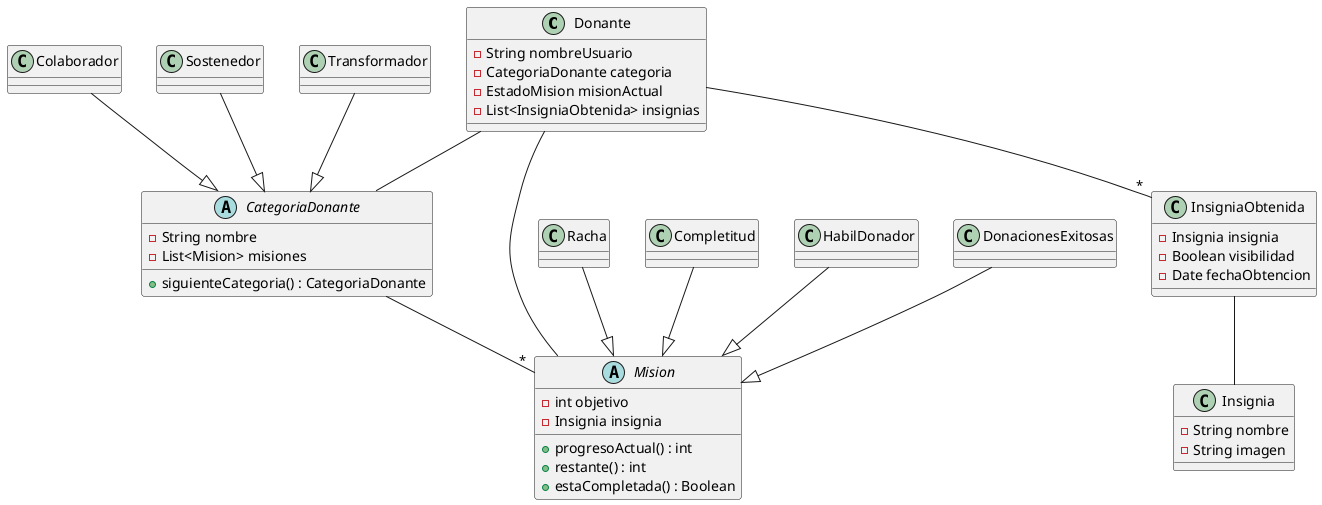
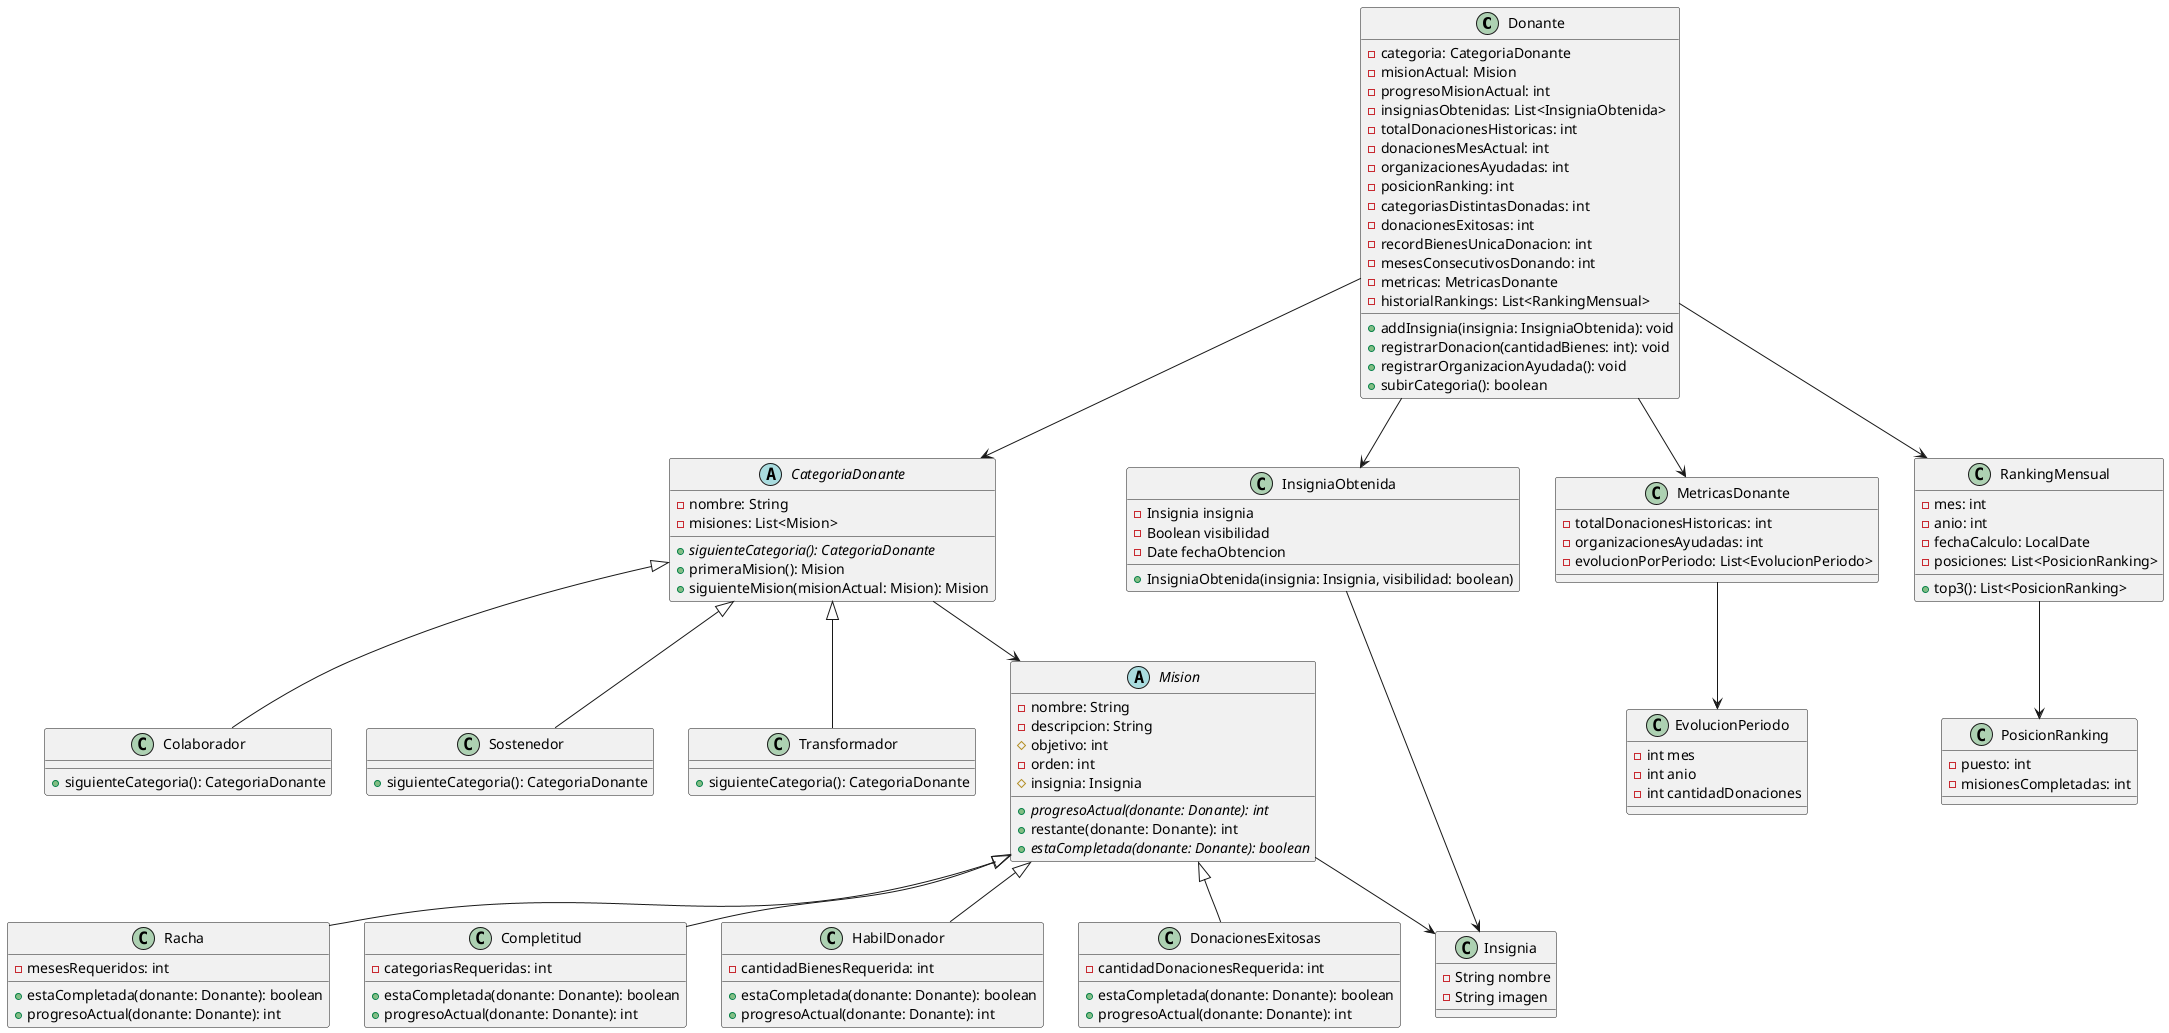
@startuml diagramaClasesIncentivosModel

class Donante {
-     - String nombreUsuario
-     - CategoriaDonante categoria
-     - EstadoMision misionActual
-     - List<InsigniaObtenida> insignias
+     - categoria: CategoriaDonante
+     - misionActual: Mision
+     - progresoMisionActual: int
+     - insigniasObtenidas: List<InsigniaObtenida>
+     - totalDonacionesHistoricas: int
+     - donacionesMesActual: int
+     - organizacionesAyudadas: int
+     - posicionRanking: int
+     - categoriasDistintasDonadas: int
+     - donacionesExitosas: int
+     - recordBienesUnicaDonacion: int
+     - mesesConsecutivosDonando: int
+     - metricas: MetricasDonante
+     - historialRankings: List<RankingMensual>
+     + addInsignia(insignia: InsigniaObtenida): void
+     + registrarDonacion(cantidadBienes: int): void
+     + registrarOrganizacionAyudada(): void
+     + subirCategoria(): boolean
}

+ 
abstract class CategoriaDonante {
-     - String nombre
-     - List<Mision> misiones
+     - nombre: String
+     - misiones: List<Mision>

-     + siguienteCategoria() : CategoriaDonante
+     + siguienteCategoria(): CategoriaDonante {abstract}
+     + primeraMision(): Mision
+     + siguienteMision(misionActual: Mision): Mision
}

- class Colaborador {
- 
+ class Colaborador extends CategoriaDonante {
+     + siguienteCategoria(): CategoriaDonante
}

- class Sostenedor {
- 
+ class Sostenedor extends CategoriaDonante{
+     + siguienteCategoria(): CategoriaDonante
}

- class Transformador {
- 
+ class Transformador extends CategoriaDonante{
+     + siguienteCategoria(): CategoriaDonante
}

abstract class Mision {
-     - int objetivo
-     - Insignia insignia
+     - nombre: String
+     - descripcion: String
+     # objetivo: int
+     - orden: int
+     # insignia: Insignia

-     + progresoActual() : int
-     + restante() : int
-     + estaCompletada() : Boolean
- 
+     + progresoActual(donante: Donante): int {abstract}
+     + restante(donante: Donante): int
+     + estaCompletada(donante: Donante): boolean {abstract}
}

- class Racha {
- 
+ class Racha extends Mision {
+     - mesesRequeridos: int
+     + estaCompletada(donante: Donante): boolean
+     + progresoActual(donante: Donante): int
}

- class Completitud {
- 
+ class Completitud extends Mision {
+     - categoriasRequeridas: int
+     + estaCompletada(donante: Donante): boolean
+     + progresoActual(donante: Donante): int
}

- class HabilDonador {
- 
+ class HabilDonador extends Mision {
+     - cantidadBienesRequerida: int
+     + estaCompletada(donante: Donante): boolean
+     + progresoActual(donante: Donante): int
}

- class DonacionesExitosas {
- 
+ class DonacionesExitosas extends Mision {
+     - cantidadDonacionesRequerida: int
+     + estaCompletada(donante: Donante): boolean
+     + progresoActual(donante: Donante): int
}

class Insignia {
    - String nombre
    - String imagen
}

class InsigniaObtenida {
    - Insignia insignia
    - Boolean visibilidad
    - Date fechaObtencion
+ 
+     + InsigniaObtenida(insignia: Insignia, visibilidad: boolean)
}

- Donante -- CategoriaDonante
- Donante -- Mision
- Donante -- "*" InsigniaObtenida
+ class EvolucionPeriodo {
+     - int mes
+     - int anio
+     - int cantidadDonaciones
+ }

- CategoriaDonante -- "*" Mision
+ class MetricasDonante {
+     - totalDonacionesHistoricas: int
+     - organizacionesAyudadas: int
+     - evolucionPorPeriodo: List<EvolucionPeriodo>
+ }

- Colaborador --|> CategoriaDonante
- Sostenedor --|> CategoriaDonante
- Transformador --|> CategoriaDonante
+ class PosicionRanking {
+     - puesto: int
+     - misionesCompletadas: int
+ }

- Racha --|> Mision
- Completitud --|> Mision
- HabilDonador --|> Mision
- DonacionesExitosas --|> Mision
+ class RankingMensual {
+     - mes: int
+     - anio: int
+     - fechaCalculo: LocalDate
+     - posiciones: List<PosicionRanking>
+     + top3(): List<PosicionRanking>
+ }

- InsigniaObtenida -- Insignia
+ 
+ Donante --> CategoriaDonante
+ Donante --> InsigniaObtenida
+ Donante --> MetricasDonante
+ Donante --> RankingMensual
+ 
+ CategoriaDonante --> Mision
+ 
+ Mision --> Insignia
+ 
+ InsigniaObtenida --> Insignia
+ 
+ MetricasDonante --> EvolucionPeriodo
+ RankingMensual --> PosicionRanking

@enduml